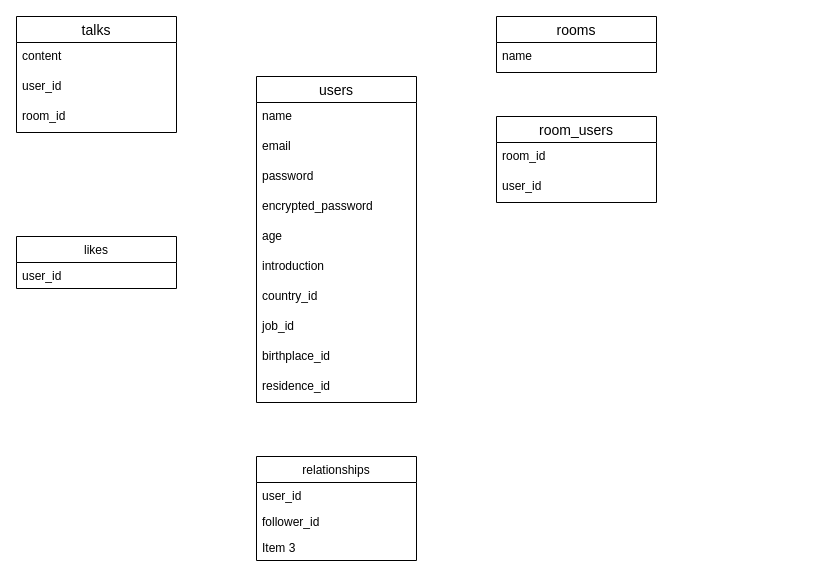
The draw.io diagram test.dio in horitomoyuki/travelers, before the edit. Source tidied: cells renumbered, new cells numbered last; positions are measured from the earlier drawing's top-left corner, leaving out a move shared by most shapes. Both pictures are drawn from the tidied source at 100%, with x=0, y=0 at pixel (16, 16).
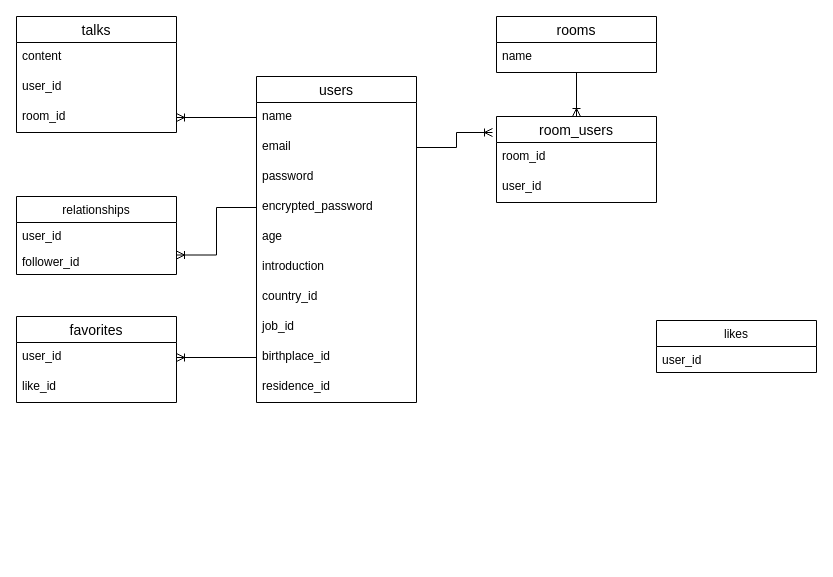
The same diagram, later.

Unchanged cells that the change refers to:
```xml
<mxCell id="3" value="name" style="text;strokeColor=none;fillColor=none;spacingLeft=4;spacingRight=4;overflow=hidden;points=[[0,0.5],[1,0.5]];portConstraint=eastwest;fontSize=12;" parent="2" vertex="1">
  <mxGeometry y="26" width="160" height="30" as="geometry" />
</mxCell>
<mxCell id="4" value="email&#10;&#10;" style="text;strokeColor=none;fillColor=none;spacingLeft=4;spacingRight=4;overflow=hidden;points=[[0,0.5],[1,0.5]];portConstraint=eastwest;fontSize=12;" parent="2" vertex="1">
  <mxGeometry y="56" width="160" height="30" as="geometry" />
</mxCell>
<mxCell id="6" value="encrypted_password" style="text;strokeColor=none;fillColor=none;spacingLeft=4;spacingRight=4;overflow=hidden;points=[[0,0.5],[1,0.5]];portConstraint=eastwest;fontSize=12;" parent="2" vertex="1">
  <mxGeometry y="116" width="160" height="30" as="geometry" />
</mxCell>
<mxCell id="11" value="birthplace_id" style="text;strokeColor=none;fillColor=none;spacingLeft=4;spacingRight=4;overflow=hidden;points=[[0,0.5],[1,0.5]];portConstraint=eastwest;fontSize=12;" parent="2" vertex="1">
  <mxGeometry y="266" width="160" height="30" as="geometry" />
</mxCell>
<mxCell id="13" value="room_users" style="swimlane;fontStyle=0;horizontal=1;startSize=26;align=center;fontSize=14;" parent="1" vertex="1">
  <mxGeometry x="480" y="100" width="160" height="86" as="geometry" />
</mxCell>
<mxCell id="16" value="rooms" style="swimlane;fontStyle=0;horizontal=1;startSize=26;align=center;fontSize=14;" parent="1" vertex="1">
  <mxGeometry x="480" width="160" height="56" as="geometry" />
</mxCell>
<mxCell id="21" value="room_id" style="text;strokeColor=none;fillColor=none;spacingLeft=4;spacingRight=4;overflow=hidden;points=[[0,0.5],[1,0.5]];portConstraint=eastwest;fontSize=12;" parent="18" vertex="1">
  <mxGeometry y="86" width="160" height="30" as="geometry" />
</mxCell>
```

Change to the diagram source:
```diff
@@
+    <mxCell id="28" style="edgeStyle=orthogonalEdgeStyle;rounded=0;jettySize=auto;html=1;entryX=0.5;entryY=0;entryDx=0;entryDy=0;endArrow=ERoneToMany;endFill=0;" parent="1" edge="1" source="16" target="13">
+      <mxGeometry relative="1" as="geometry" />
+    </mxCell>
@@
     <mxCell id="22" value="likes" style="swimlane;fontStyle=0;horizontal=1;startSize=26;fillColor=none;" parent="1" vertex="1">
-      <mxGeometry y="220" width="160" height="52" as="geometry" />
+      <mxGeometry x="640" y="304" width="160" height="52" as="geometry" />
     </mxCell>
@@
     <mxCell id="24" value="relationships" style="swimlane;fontStyle=0;horizontal=1;startSize=26;fillColor=none;" parent="1" vertex="1">
-      <mxGeometry x="240" y="440" width="160" height="104" as="geometry" />
+      <mxGeometry y="180" width="160" height="78" as="geometry" />
     </mxCell>
@@
-    <mxCell id="27" value="Item 3" style="text;strokeColor=none;fillColor=none;align=left;verticalAlign=top;spacingLeft=4;spacingRight=4;overflow=hidden;" parent="24" vertex="1">
-      <mxGeometry y="78" width="160" height="26" as="geometry" />
-    </mxCell>
+    <mxCell id="29" value="favorites" style="swimlane;fontStyle=0;horizontal=1;startSize=26;align=center;fontSize=14;" parent="1" vertex="1">
+      <mxGeometry y="300" width="160" height="86" as="geometry" />
+    </mxCell>
+    <mxCell id="30" value="user_id" style="text;strokeColor=none;fillColor=none;spacingLeft=4;spacingRight=4;overflow=hidden;points=[[0,0.5],[1,0.5]];portConstraint=eastwest;fontSize=12;" parent="29" vertex="1">
+      <mxGeometry y="26" width="160" height="30" as="geometry" />
+    </mxCell>
+    <mxCell id="31" value="like_id" style="text;strokeColor=none;fillColor=none;spacingLeft=4;spacingRight=4;overflow=hidden;fontSize=12;" parent="29" vertex="1">
+      <mxGeometry y="56" width="160" height="30" as="geometry" />
+    </mxCell>
+    <mxCell id="32" style="edgeStyle=orthogonalEdgeStyle;rounded=0;jettySize=auto;html=1;entryX=1;entryY=0.5;entryDx=0;entryDy=0;endArrow=ERoneToMany;endFill=0;" parent="1" edge="1" source="11" target="30">
+      <mxGeometry relative="1" as="geometry" />
+    </mxCell>
+    <mxCell id="33" style="edgeStyle=orthogonalEdgeStyle;rounded=0;jettySize=auto;html=1;endArrow=ERoneToMany;endFill=0;entryX=1;entryY=0.75;entryDx=0;entryDy=0;" parent="1" edge="1" source="6" target="24">
+      <mxGeometry relative="1" as="geometry" />
+    </mxCell>
+    <mxCell id="34" style="edgeStyle=orthogonalEdgeStyle;rounded=0;jettySize=auto;html=1;entryX=-0.025;entryY=0.186;entryDx=0;entryDy=0;entryPerimeter=0;endArrow=ERoneToMany;endFill=0;" parent="1" edge="1" source="4" target="13">
+      <mxGeometry relative="1" as="geometry" />
+    </mxCell>
+    <mxCell id="35" style="edgeStyle=orthogonalEdgeStyle;rounded=0;jettySize=auto;html=1;entryX=1;entryY=0.5;entryDx=0;entryDy=0;endArrow=ERoneToMany;endFill=0;" parent="1" edge="1" source="3" target="21">
+      <mxGeometry relative="1" as="geometry" />
+    </mxCell>
```
